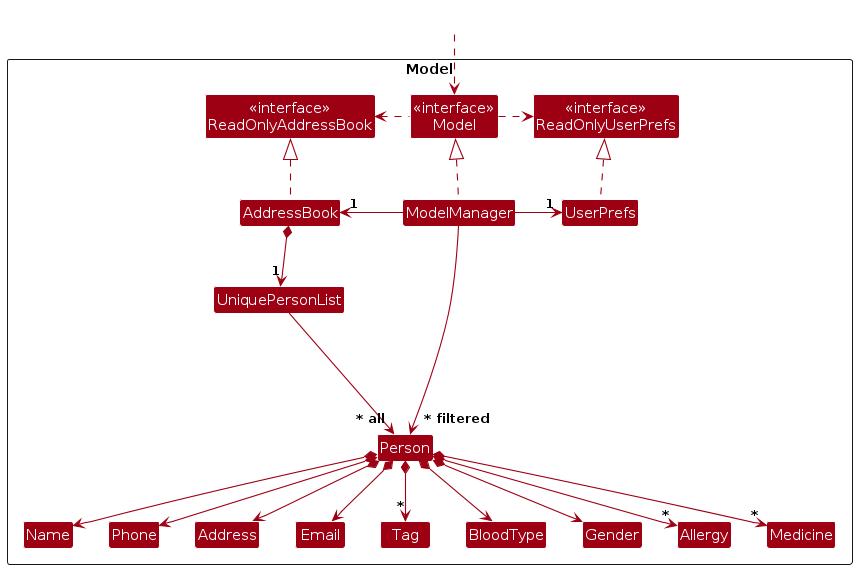
bananapielearnsjava/tp keeps this PlantUML diagram as diagrams/ModelClassDiagram.png. Above is the earlier version. Its source is kept beside it as diagrams/ModelClassDiagram.puml. Source of this version:
```plantuml
@startuml
!include style.puml
skinparam arrowThickness 1.1
skinparam arrowColor MODEL_COLOR
skinparam classBackgroundColor MODEL_COLOR

Package Model as ModelPackage <<Rectangle>>{
Class "<<interface>>\nReadOnlyAddressBook" as ReadOnlyAddressBook
Class "<<interface>>\nReadOnlyUserPrefs" as ReadOnlyUserPrefs
Class "<<interface>>\nModel" as Model
Class AddressBook
Class ModelManager
Class UserPrefs

Class UniquePersonList
Class Person
Class Address
Class Email
Class Name
Class Phone
Class Tag
Class BloodType
Class Gender
Class Allergy
Class Medicine

Class I #FFFFFF
}

Class HiddenOutside #FFFFFF
HiddenOutside ..> Model

AddressBook .up.|> ReadOnlyAddressBook

ModelManager .up.|> Model
Model .right.> ReadOnlyUserPrefs
Model .left.> ReadOnlyAddressBook
ModelManager -left-> "1" AddressBook
ModelManager -right-> "1" UserPrefs
UserPrefs .up.|> ReadOnlyUserPrefs

AddressBook *--> "1" UniquePersonList
UniquePersonList --> "~* all" Person
Person *--> Name
Person *--> Phone
Person *--> Email
Person *--> Address
Person *--> "*" Tag
Person *--> BloodType
Person *--> Gender
Person *--> "*" Medicine
Person *--> "*" Allergy

Person -[hidden]up--> I
UniquePersonList -[hidden]right-> I

Name -[hidden]right-> Phone
Phone -[hidden]right-> Address
Address -[hidden]right-> Email

ModelManager --> "~* filtered" Person
@enduml
```
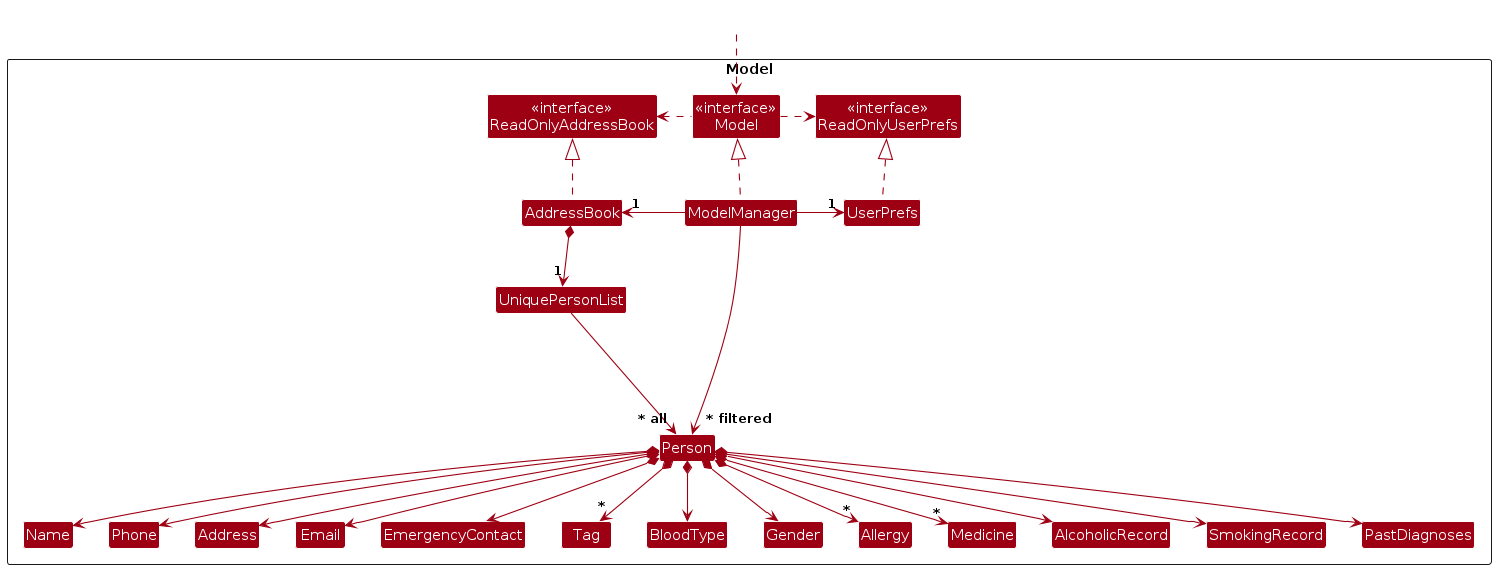
The same file after the commit.

What changed in the source:
```diff
@@ -15,6 +15,7 @@
 Class UniquePersonList
 Class Person
 Class Address
+Class EmergencyContact
 Class Email
 Class Name
 Class Phone
@@ -23,6 +24,9 @@
 Class Gender
 Class Allergy
 Class Medicine
+Class AlcoholicRecord
+Class SmokingRecord
+Class PastDiagnoses
 
 Class I #FFFFFF
 }
@@ -45,11 +49,15 @@
 Person *--> Phone
 Person *--> Email
 Person *--> Address
+Person *--> EmergencyContact
 Person *--> "*" Tag
 Person *--> BloodType
 Person *--> Gender
 Person *--> "*" Medicine
 Person *--> "*" Allergy
+Person *--> AlcoholicRecord
+Person *--> SmokingRecord
+Person *--> PastDiagnoses
 
 Person -[hidden]up--> I
 UniquePersonList -[hidden]right-> I
```
